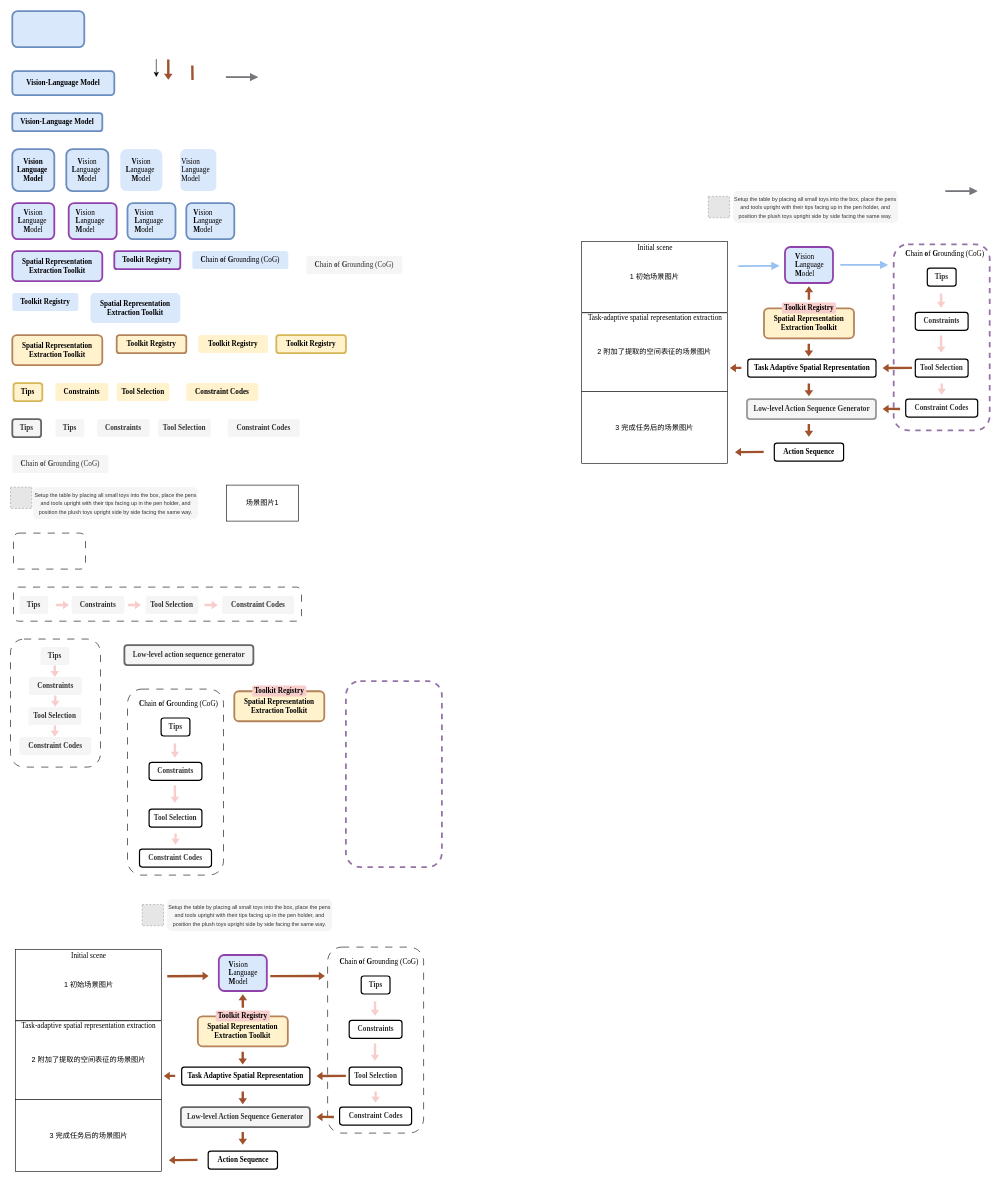
The draw.io diagram taki.drawio in AnonAnonAnonAnonAnon/Figure_live, before the edit. Source tidied: cells renumbered, new cells numbered last; positions are measured from the earlier drawing's top-left corner, leaving out a move shared by most shapes. Both pictures are drawn from the tidied source at 60%, with x=0, y=0 at pixel (10, 11). Pictures stored in the file or linked from it are replaced by grey dashed boxes.
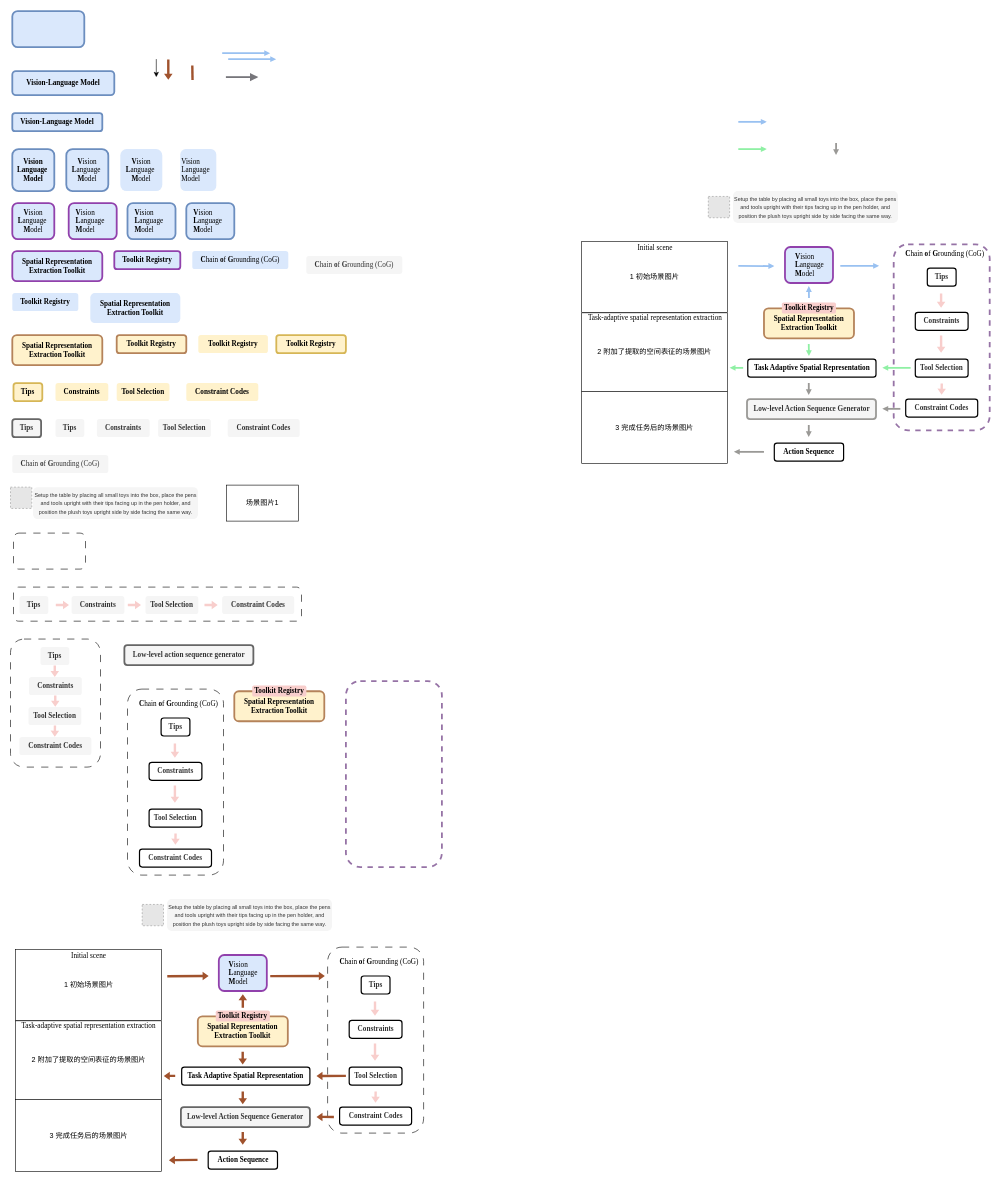
The same page after the edit.

Diff of the diagram source:
```diff
@@
-    <mxCell id="76" style="shape=flexArrow;endArrow=classic;html=1;rounded=0;fillColor=#a0522d;strokeColor=none;targetPerimeterSpacing=0;endSize=3;startSize=6;endWidth=9.2;width=4;shadow=0;" parent="1" edge="1">
-      <mxGeometry relative="1" as="geometry">
-        <mxPoint x="1330.7" y="481.6" as="sourcePoint" />
-        <mxPoint x="1330.7" y="458.2" as="targetPoint" />
-      </mxGeometry>
-    </mxCell>
@@
-    <mxCell id="83" style="shape=flexArrow;endArrow=classic;html=1;rounded=0;fillColor=#a0522d;strokeColor=none;targetPerimeterSpacing=0;endSize=3;startSize=6;endWidth=9.2;width=4;shadow=0;" parent="1" edge="1">
-      <mxGeometry relative="1" as="geometry">
-        <mxPoint x="1503" y="594.7" as="sourcePoint" />
-        <mxPoint x="1453" y="594.9" as="targetPoint" />
-      </mxGeometry>
-    </mxCell>
-    <mxCell id="84" style="shape=flexArrow;endArrow=classic;html=1;rounded=0;fillColor=#a0522d;strokeColor=none;targetPerimeterSpacing=0;endSize=3;startSize=6;endWidth=9.2;width=4;shadow=0;" parent="1" edge="1">
-      <mxGeometry relative="1" as="geometry">
-        <mxPoint x="1330.6" y="687.5" as="sourcePoint" />
-        <mxPoint x="1330.6" y="710" as="targetPoint" />
-      </mxGeometry>
-    </mxCell>
-    <mxCell id="85" style="shape=flexArrow;endArrow=classic;html=1;rounded=0;fillColor=#a0522d;strokeColor=none;targetPerimeterSpacing=0;endSize=3;startSize=6;endWidth=9.2;width=4;shadow=0;" parent="1" edge="1">
-      <mxGeometry relative="1" as="geometry">
-        <mxPoint x="1330.5" y="553.8" as="sourcePoint" />
-        <mxPoint x="1330.5" y="576.2" as="targetPoint" />
-      </mxGeometry>
-    </mxCell>
-    <mxCell id="86" style="shape=flexArrow;endArrow=classic;html=1;rounded=0;fillColor=#a0522d;strokeColor=none;targetPerimeterSpacing=0;endSize=3;startSize=6;endWidth=9.2;width=4;shadow=0;" parent="1" edge="1">
-      <mxGeometry relative="1" as="geometry">
-        <mxPoint x="1330.6" y="620" as="sourcePoint" />
-        <mxPoint x="1330.6" y="642.5" as="targetPoint" />
-      </mxGeometry>
-    </mxCell>
-    <mxCell id="87" style="shape=flexArrow;endArrow=classic;html=1;rounded=0;fillColor=#a0522d;strokeColor=none;targetPerimeterSpacing=0;endSize=3;startSize=6;endWidth=9.2;width=4;shadow=0;" parent="1" edge="1">
-      <mxGeometry relative="1" as="geometry">
-        <mxPoint x="1483" y="663.1" as="sourcePoint" />
-        <mxPoint x="1453" y="663" as="targetPoint" />
-      </mxGeometry>
-    </mxCell>
@@
-    <mxCell id="100" style="shape=flexArrow;endArrow=classic;html=1;rounded=0;fillColor=#a0522d;strokeColor=none;targetPerimeterSpacing=0;endSize=3;startSize=6;endWidth=9.2;width=4;shadow=0;" parent="1" edge="1">
-      <mxGeometry relative="1" as="geometry">
-        <mxPoint x="1218.5" y="594.7" as="sourcePoint" />
-        <mxPoint x="1198.5" y="594.7" as="targetPoint" />
-      </mxGeometry>
-    </mxCell>
-    <mxCell id="101" style="shape=flexArrow;endArrow=classic;html=1;rounded=0;fillColor=#a0522d;strokeColor=none;targetPerimeterSpacing=0;endSize=3;startSize=6;endWidth=9.2;width=4;shadow=0;" parent="1" edge="1">
-      <mxGeometry relative="1" as="geometry">
-        <mxPoint x="1255.8" y="734.7" as="sourcePoint" />
-        <mxPoint x="1207" y="735.1" as="targetPoint" />
-      </mxGeometry>
-    </mxCell>
@@
-    <mxCell id="136" style="endArrow=block;html=1;rounded=0;curved=1;endFill=1;strokeWidth=3;strokeColor=light-dark(#77767b, #ededed);" parent="1" edge="1">
-      <mxGeometry relative="1" as="geometry">
-        <mxPoint x="1558" y="300" as="sourcePoint" />
-        <mxPoint x="1612" y="300" as="targetPoint" />
-      </mxGeometry>
-    </mxCell>
@@
-    <mxCell id="138" style="endArrow=block;html=1;rounded=0;curved=1;endFill=1;strokeWidth=3;strokeColor=light-dark(#99c1f1, #436697);fillColor=#cce5ff;" parent="1" edge="1">
-      <mxGeometry relative="1" as="geometry">
-        <mxPoint x="1383" y="422.9" as="sourcePoint" />
-        <mxPoint x="1463" y="423" as="targetPoint" />
-      </mxGeometry>
-    </mxCell>
-    <mxCell id="139" style="endArrow=block;html=1;rounded=0;curved=1;endFill=1;strokeWidth=3;strokeColor=light-dark(#99c1f1, #436697);fillColor=#cce5ff;" parent="1" edge="1">
-      <mxGeometry relative="1" as="geometry">
-        <mxPoint x="1213" y="424.9" as="sourcePoint" />
-        <mxPoint x="1281.8" y="424.6" as="targetPoint" />
-      </mxGeometry>
-    </mxCell>
+    <mxCell id="140" style="endArrow=block;html=1;rounded=0;curved=1;endFill=1;strokeWidth=3;strokeColor=light-dark(#99c1f1, #436697);fillColor=#cce5ff;startSize=6;endSize=2;" parent="1" edge="1">
+      <mxGeometry relative="1" as="geometry">
+        <mxPoint x="352.8" y="70" as="sourcePoint" />
+        <mxPoint x="432.8" y="70.1" as="targetPoint" />
+      </mxGeometry>
+    </mxCell>
+    <mxCell id="141" style="endArrow=block;html=1;rounded=0;curved=1;endFill=1;strokeWidth=3;strokeColor=light-dark(#99c1f1, #436697);fillColor=#cce5ff;startSize=6;endSize=2;" parent="1" edge="1">
+      <mxGeometry relative="1" as="geometry">
+        <mxPoint x="362.8" y="80" as="sourcePoint" />
+        <mxPoint x="442.8" y="80.1" as="targetPoint" />
+      </mxGeometry>
+    </mxCell>
+    <mxCell id="142" style="endArrow=block;html=1;rounded=0;curved=1;endFill=1;strokeWidth=3;strokeColor=light-dark(#99c1f1, #436697);fillColor=#cce5ff;startSize=6;endSize=2;" parent="1" edge="1">
+      <mxGeometry relative="1" as="geometry">
+        <mxPoint x="1213" y="184.6" as="sourcePoint" />
+        <mxPoint x="1260.4" y="184.6" as="targetPoint" />
+      </mxGeometry>
+    </mxCell>
+    <mxCell id="143" style="endArrow=block;html=1;rounded=0;curved=1;endFill=1;strokeWidth=3;strokeColor=light-dark(#99c1f1, #436697);fillColor=#cce5ff;startSize=6;endSize=2;" parent="1" edge="1">
+      <mxGeometry relative="1" as="geometry">
+        <mxPoint x="1213" y="424.6" as="sourcePoint" />
+        <mxPoint x="1273" y="425" as="targetPoint" />
+      </mxGeometry>
+    </mxCell>
+    <mxCell id="144" style="endArrow=block;html=1;rounded=0;curved=1;endFill=1;strokeWidth=3;strokeColor=light-dark(#99c1f1, #436697);fillColor=#cce5ff;startSize=6;endSize=2;" parent="1" edge="1">
+      <mxGeometry relative="1" as="geometry">
+        <mxPoint x="1383" y="424.6" as="sourcePoint" />
+        <mxPoint x="1447.6" y="424.6" as="targetPoint" />
+      </mxGeometry>
+    </mxCell>
+    <mxCell id="145" style="endArrow=block;html=1;rounded=0;curved=1;endFill=1;strokeWidth=3;strokeColor=light-dark(#99c1f1, #436697);fillColor=#cce5ff;startSize=6;endSize=2;" parent="1" edge="1">
+      <mxGeometry relative="1" as="geometry">
+        <mxPoint x="1330.8" y="478.2" as="sourcePoint" />
+        <mxPoint x="1330.5" y="458.2" as="targetPoint" />
+      </mxGeometry>
+    </mxCell>
+    <mxCell id="146" style="endArrow=block;html=1;rounded=0;curved=1;endFill=1;strokeWidth=3;strokeColor=light-dark(#8ff0a4, #436697);fillColor=#cce5ff;startSize=6;endSize=2;" parent="1" edge="1">
+      <mxGeometry relative="1" as="geometry">
+        <mxPoint x="1213" y="230" as="sourcePoint" />
+        <mxPoint x="1260.4" y="230" as="targetPoint" />
+      </mxGeometry>
+    </mxCell>
+    <mxCell id="147" style="endArrow=block;html=1;rounded=0;curved=1;endFill=1;strokeWidth=3;strokeColor=light-dark(#8ff0a4, #436697);fillColor=#cce5ff;startSize=6;endSize=2;" parent="1" edge="1">
+      <mxGeometry relative="1" as="geometry">
+        <mxPoint x="1330.4" y="555" as="sourcePoint" />
+        <mxPoint x="1330.8" y="575" as="targetPoint" />
+      </mxGeometry>
+    </mxCell>
+    <mxCell id="148" style="endArrow=block;html=1;rounded=0;curved=1;endFill=1;strokeWidth=3;strokeColor=light-dark(#8ff0a4, #436697);fillColor=#cce5ff;startSize=6;endSize=2;" parent="1" edge="1">
+      <mxGeometry relative="1" as="geometry">
+        <mxPoint x="1500.2" y="594.6" as="sourcePoint" />
+        <mxPoint x="1453" y="594.6" as="targetPoint" />
+      </mxGeometry>
+    </mxCell>
+    <mxCell id="149" style="endArrow=block;html=1;rounded=0;curved=1;endFill=1;strokeWidth=3;strokeColor=light-dark(#8ff0a4, #436697);fillColor=#cce5ff;startSize=6;endSize=2;" parent="1" edge="1">
+      <mxGeometry relative="1" as="geometry">
+        <mxPoint x="1221.1" y="594.6" as="sourcePoint" />
+        <mxPoint x="1198.5" y="594.6" as="targetPoint" />
+      </mxGeometry>
+    </mxCell>
+    <mxCell id="150" style="endArrow=block;html=1;rounded=0;curved=1;endFill=1;strokeWidth=3;strokeColor=light-dark(#9a9996, #436697);fillColor=#cce5ff;startSize=6;endSize=2;" parent="1" edge="1">
+      <mxGeometry relative="1" as="geometry">
+        <mxPoint x="1376" y="220" as="sourcePoint" />
+        <mxPoint x="1375.9" y="240" as="targetPoint" />
+      </mxGeometry>
+    </mxCell>
+    <mxCell id="151" style="endArrow=block;html=1;rounded=0;curved=1;endFill=1;strokeWidth=3;strokeColor=light-dark(#9a9996, #436697);fillColor=#cce5ff;startSize=6;endSize=2;" parent="1" edge="1">
+      <mxGeometry relative="1" as="geometry">
+        <mxPoint x="1330.5" y="620" as="sourcePoint" />
+        <mxPoint x="1330.4" y="640" as="targetPoint" />
+      </mxGeometry>
+    </mxCell>
+    <mxCell id="152" style="endArrow=block;html=1;rounded=0;curved=1;endFill=1;strokeWidth=3;strokeColor=light-dark(#9a9996, #436697);fillColor=#cce5ff;startSize=6;endSize=2;" parent="1" edge="1">
+      <mxGeometry relative="1" as="geometry">
+        <mxPoint x="1483.1" y="662.9" as="sourcePoint" />
+        <mxPoint x="1453" y="662.9" as="targetPoint" />
+      </mxGeometry>
+    </mxCell>
+    <mxCell id="153" style="endArrow=block;html=1;rounded=0;curved=1;endFill=1;strokeWidth=3;strokeColor=light-dark(#9a9996, #436697);fillColor=#cce5ff;startSize=6;endSize=2;" parent="1" edge="1">
+      <mxGeometry relative="1" as="geometry">
+        <mxPoint x="1330.5" y="690" as="sourcePoint" />
+        <mxPoint x="1330.4" y="710" as="targetPoint" />
+      </mxGeometry>
+    </mxCell>
+    <mxCell id="154" style="endArrow=block;html=1;rounded=0;curved=1;endFill=1;strokeWidth=3;strokeColor=light-dark(#9a9996, #436697);fillColor=#cce5ff;startSize=6;endSize=2;" parent="1" edge="1">
+      <mxGeometry relative="1" as="geometry">
+        <mxPoint x="1255.8" y="734.6" as="sourcePoint" />
+        <mxPoint x="1205.6" y="734.6" as="targetPoint" />
+      </mxGeometry>
+    </mxCell>
```
